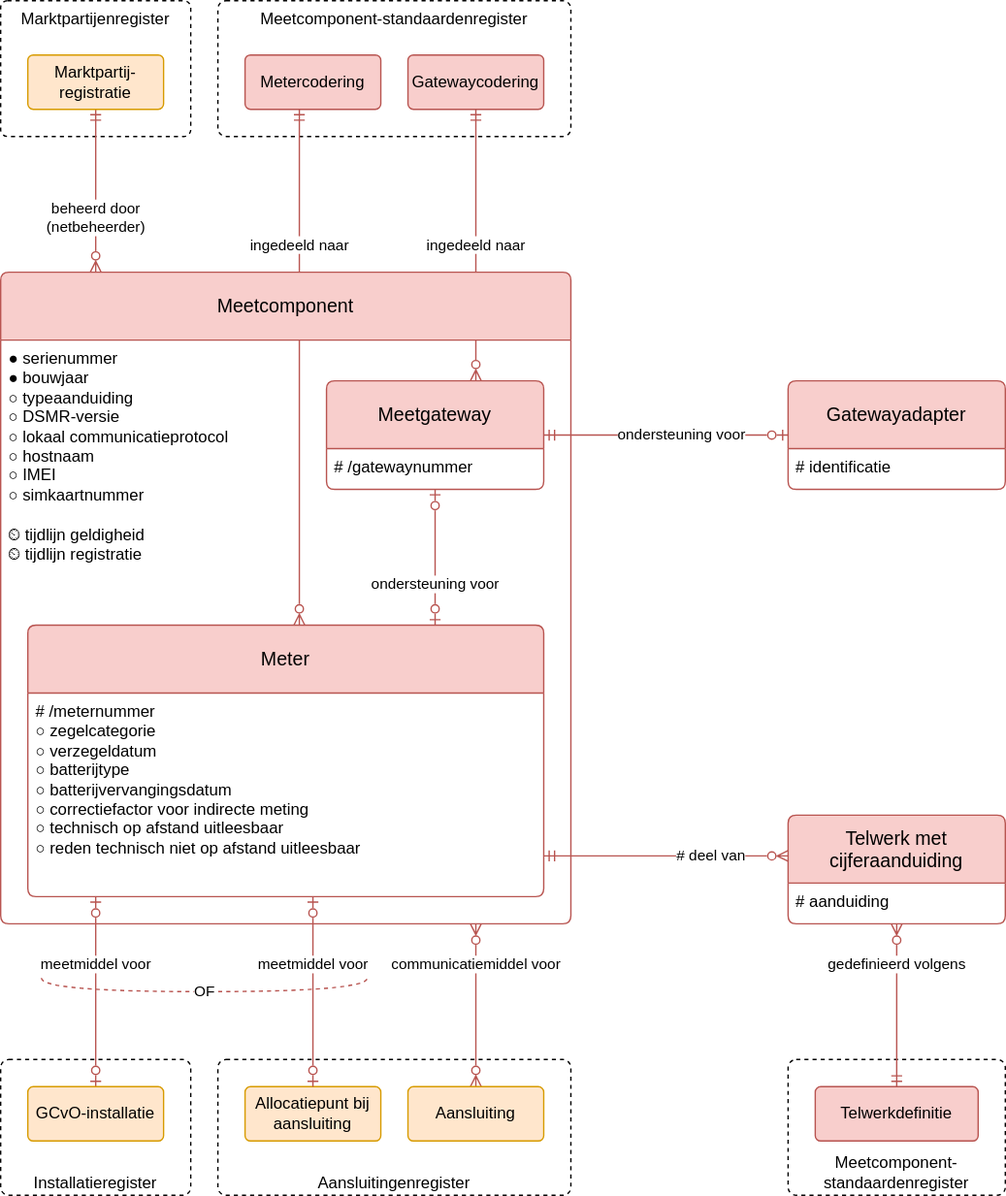
sefanja/nbnl-conceptuele-informatiemodellen keeps this draw.io diagram as modellen/registers/meetcomponentenregister/1.0.0/model.drawio.svg. Above is the earlier version. Source tidied: cells renumbered, new cells last; positions are measured from the earlier drawing's top-left corner, leaving out a move shared by most shapes.
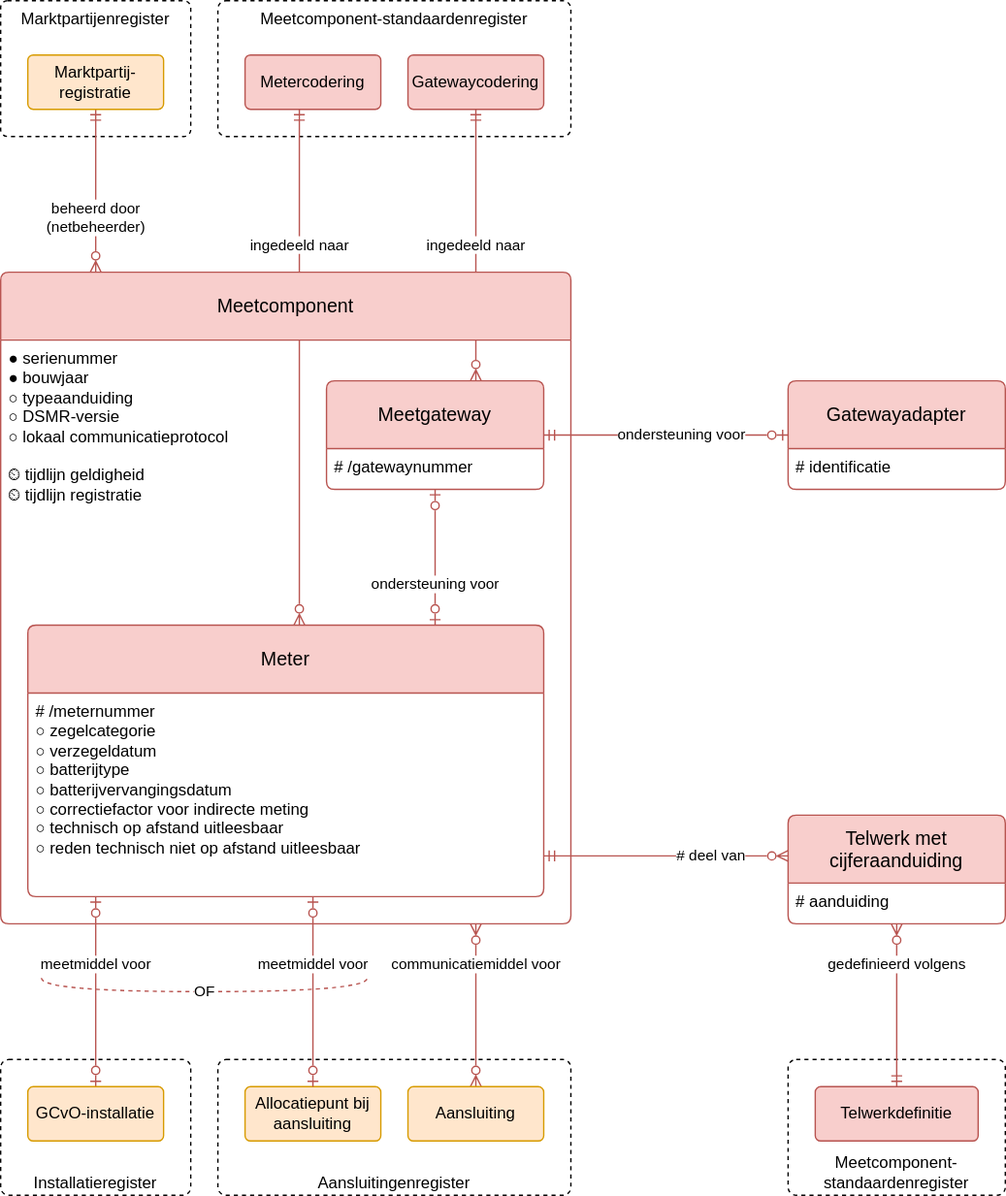
The same file after the commit.

The edit, as a diff of the source:
```diff
@@ -24,7 +24,7 @@
     <mxCell id="7" value="Meetcomponent" style="swimlane;horizontal=1;startSize=50;rounded=1;fontSize=14;fontStyle=0;strokeWidth=1;shadow=0;dashed=0;align=center;fillColor=#f8cecc;strokeColor=#b85450;arcSize=4;whiteSpace=wrap;html=1;" parent="1" vertex="1">
       <mxGeometry y="200" width="420" height="480" as="geometry" />
     </mxCell>
-    <mxCell id="8" value="●&amp;nbsp;serienummer&lt;br&gt;●&amp;nbsp;bouwjaar&lt;br&gt;&lt;div&gt;&lt;/div&gt;&lt;div&gt;○ typeaanduiding&lt;span style=&quot;background-color: transparent; color: light-dark(rgb(0, 0, 0), rgb(255, 255, 255));&quot;&gt;&lt;/span&gt;&lt;/div&gt;&lt;div&gt;&lt;span style=&quot;background-color: transparent; color: light-dark(rgb(0, 0, 0), rgb(255, 255, 255));&quot;&gt;○ DSMR-versie&lt;/span&gt;&lt;/div&gt;&lt;div&gt;&lt;span style=&quot;background-color: transparent; color: light-dark(rgb(0, 0, 0), rgb(255, 255, 255));&quot;&gt;○&amp;nbsp;&lt;/span&gt;&lt;span style=&quot;background-color: transparent; color: light-dark(rgb(0, 0, 0), rgb(255, 255, 255));&quot;&gt;lokaal communicatieprotocol&lt;/span&gt;&lt;/div&gt;&lt;div&gt;&lt;span style=&quot;background-color: transparent; color: light-dark(rgb(0, 0, 0), rgb(255, 255, 255));&quot;&gt;○ hostnaam&lt;/span&gt;&lt;/div&gt;&lt;div&gt;&lt;span style=&quot;background-color: transparent; color: light-dark(rgb(0, 0, 0), rgb(255, 255, 255));&quot;&gt;○ IMEI&lt;/span&gt;&lt;/div&gt;&lt;div&gt;&lt;div&gt;&lt;span style=&quot;background-color: transparent; color: light-dark(rgb(0, 0, 0), rgb(255, 255, 255));&quot;&gt;○&amp;nbsp;simkaartnummer&lt;/span&gt;&lt;/div&gt;&lt;/div&gt;&lt;div&gt;&lt;span style=&quot;background-color: transparent; color: light-dark(rgb(0, 0, 0), rgb(255, 255, 255));&quot;&gt;&lt;br&gt;&lt;/span&gt;&lt;/div&gt;&lt;div&gt;&lt;span style=&quot;background-color: transparent;&quot;&gt;⏲ tijdlijn geldigheid&lt;/span&gt;&lt;/div&gt;&lt;div&gt;⏲ tijdlijn registratie&lt;span style=&quot;background-color: transparent;&quot;&gt;&lt;/span&gt;&lt;/div&gt;" style="align=left;strokeColor=none;fillColor=none;spacingLeft=4;fontSize=12;verticalAlign=top;fontStyle=0;html=1;" parent="7" vertex="1">
+    <mxCell id="8" value="●&amp;nbsp;serienummer&lt;br&gt;●&amp;nbsp;bouwjaar&lt;br&gt;&lt;div&gt;&lt;/div&gt;&lt;div&gt;○ typeaanduiding&lt;span style=&quot;background-color: transparent; color: light-dark(rgb(0, 0, 0), rgb(255, 255, 255));&quot;&gt;&lt;/span&gt;&lt;/div&gt;&lt;div&gt;&lt;span style=&quot;background-color: transparent; color: light-dark(rgb(0, 0, 0), rgb(255, 255, 255));&quot;&gt;○ DSMR-versie&lt;/span&gt;&lt;/div&gt;&lt;div&gt;&lt;span style=&quot;background-color: transparent; color: light-dark(rgb(0, 0, 0), rgb(255, 255, 255));&quot;&gt;○&amp;nbsp;&lt;/span&gt;&lt;span style=&quot;background-color: transparent; color: light-dark(rgb(0, 0, 0), rgb(255, 255, 255));&quot;&gt;lokaal communicatieprotocol&lt;/span&gt;&lt;/div&gt;&lt;div&gt;&lt;br&gt;&lt;/div&gt;&lt;div&gt;&lt;span style=&quot;background-color: transparent;&quot;&gt;⏲ tijdlijn geldigheid&lt;/span&gt;&lt;/div&gt;&lt;div&gt;⏲ tijdlijn registratie&lt;span style=&quot;background-color: transparent;&quot;&gt;&lt;/span&gt;&lt;/div&gt;" style="align=left;strokeColor=none;fillColor=none;spacingLeft=4;fontSize=12;verticalAlign=top;fontStyle=0;html=1;" parent="7" vertex="1">
       <mxGeometry y="50" width="420" height="430" as="geometry" />
     </mxCell>
     <mxCell id="9" value="Aansluitingenregister" style="rounded=1;whiteSpace=wrap;html=1;dashed=1;verticalAlign=bottom;arcSize=6;" parent="1" vertex="1">
```
